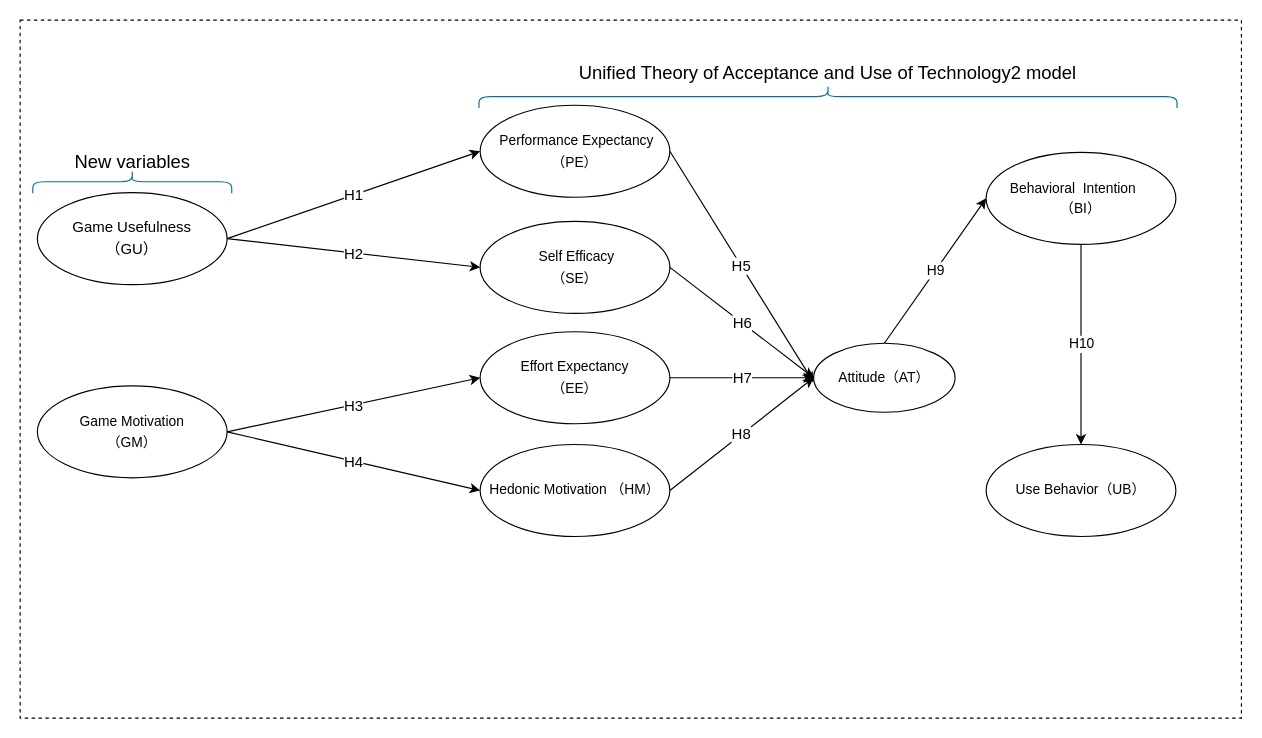
Before: 結構模型2.drawio in raknza/Master-Thesis, a draw.io diagram. Source tidied: cells renumbered, new cells numbered last; positions are measured from the earlier drawing's top-left corner, leaving out a move shared by most shapes. Both pictures are drawn from the tidied source at 115%, with x=0, y=0 at pixel (20, -253).
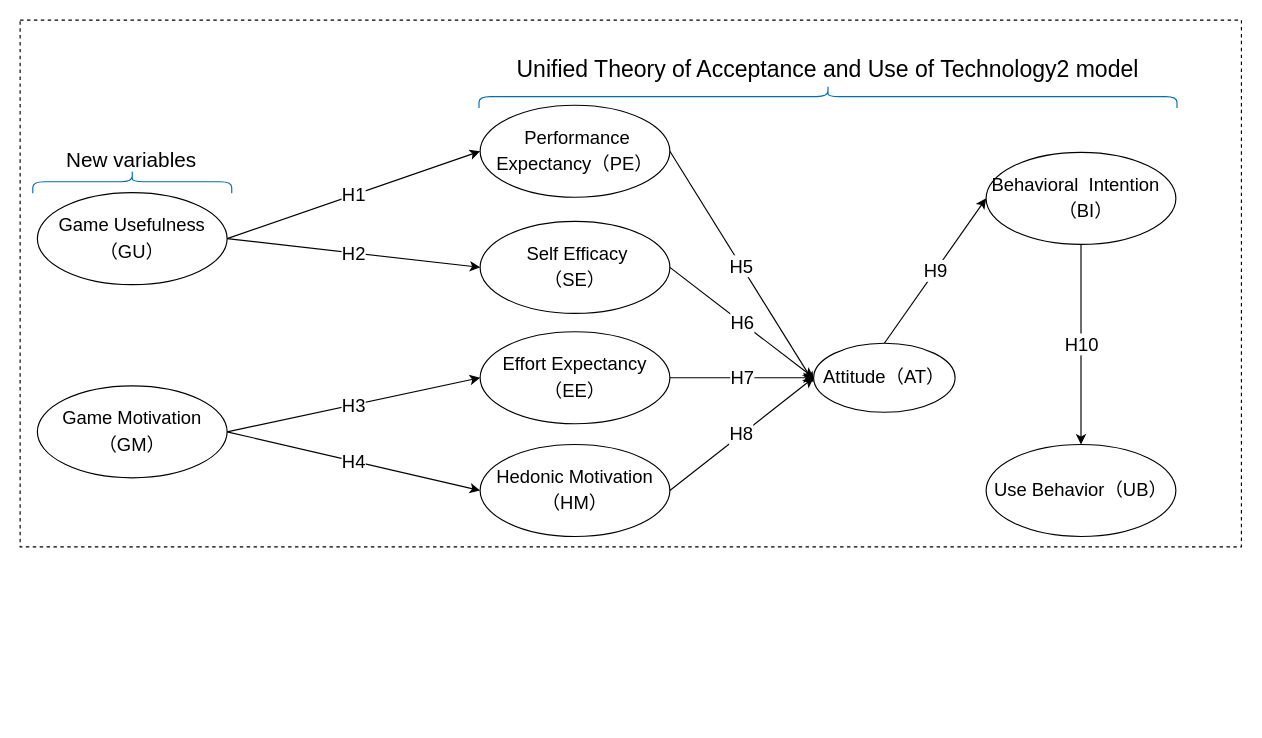
The same diagram, later.

Change to the diagram source:
```diff
@@
     <mxCell id="2" style="rounded=0;whiteSpace=wrap;html=1;fontSize=15;dashed=1;" parent="1" vertex="1">
-      <mxGeometry y="237" width="1062" height="607" as="geometry" />
+      <mxGeometry y="237" width="1062" height="458" as="geometry" />
     </mxCell>
-    <mxCell id="3" value="&lt;p style=&quot;line-height: 140%&quot;&gt;&lt;span style=&quot;font-size: 13px&quot;&gt;Game Usefulness&lt;/span&gt;&lt;br style=&quot;font-size: 13px&quot;&gt;&lt;span style=&quot;font-size: 13px&quot;&gt;（GU）&lt;/span&gt;&lt;/p&gt;" style="ellipse;whiteSpace=wrap;html=1;spacingBottom=0;fontSize=13;fontStyle=0;" parent="1" vertex="1">
+    <mxCell id="3" value="&lt;p style=&quot;line-height: 140%; font-size: 16px;&quot;&gt;&lt;span style=&quot;font-size: 16px;&quot;&gt;Game Usefulness&lt;/span&gt;&lt;br style=&quot;font-size: 16px;&quot;&gt;&lt;span style=&quot;font-size: 16px;&quot;&gt;（GU）&lt;/span&gt;&lt;/p&gt;" style="ellipse;whiteSpace=wrap;html=1;spacingBottom=0;fontSize=16;fontStyle=0;" parent="1" vertex="1">
       <mxGeometry x="15" y="387" width="165" height="80" as="geometry" />
     </mxCell>
-    <mxCell id="4" value="&lt;p style=&quot;line-height: 140%&quot;&gt;&lt;span style=&quot;font-size: 12px&quot;&gt;Game Motivation&lt;/span&gt;&lt;br style=&quot;font-size: 12px&quot;&gt;&lt;span style=&quot;font-size: 12px&quot;&gt;（GM）&lt;/span&gt;&lt;br&gt;&lt;/p&gt;" style="ellipse;whiteSpace=wrap;html=1;spacingBottom=0;fontSize=13;fontStyle=0;" parent="1" vertex="1">
+    <mxCell id="4" value="&lt;p style=&quot;line-height: 140%; font-size: 16px;&quot;&gt;&lt;span style=&quot;font-size: 16px;&quot;&gt;Game Motivation&lt;/span&gt;&lt;br style=&quot;font-size: 16px;&quot;&gt;&lt;span style=&quot;font-size: 16px;&quot;&gt;（GM）&lt;/span&gt;&lt;br style=&quot;font-size: 16px;&quot;&gt;&lt;/p&gt;" style="ellipse;whiteSpace=wrap;html=1;spacingBottom=0;fontSize=16;fontStyle=0;" parent="1" vertex="1">
       <mxGeometry x="15" y="555" width="165" height="80" as="geometry" />
     </mxCell>
-    <mxCell id="5" value="&lt;p style=&quot;line-height: 140%&quot;&gt;&lt;span style=&quot;font-size: 12px&quot;&gt;Attitude（AT）&lt;/span&gt;&lt;br&gt;&lt;/p&gt;" style="ellipse;whiteSpace=wrap;html=1;spacingBottom=0;fontSize=13;fontStyle=0;" parent="1" vertex="1">
+    <mxCell id="5" value="&lt;p style=&quot;line-height: 140%; font-size: 16px;&quot;&gt;&lt;span style=&quot;font-size: 16px;&quot;&gt;Attitude（AT）&lt;/span&gt;&lt;br style=&quot;font-size: 16px;&quot;&gt;&lt;/p&gt;" style="ellipse;whiteSpace=wrap;html=1;spacingBottom=0;fontSize=16;fontStyle=0;" parent="1" vertex="1">
       <mxGeometry x="690" y="518" width="123" height="60" as="geometry" />
     </mxCell>
-    <mxCell id="6" value="&lt;p style=&quot;line-height: 140%&quot;&gt;&lt;span style=&quot;font-size: 12px&quot;&gt;&amp;nbsp;Performance Expectancy（PE）&lt;/span&gt;&lt;br&gt;&lt;/p&gt;" style="ellipse;whiteSpace=wrap;html=1;spacingBottom=0;fontSize=13;fontStyle=0;" parent="1" vertex="1">
+    <mxCell id="6" value="&lt;p style=&quot;line-height: 140%; font-size: 16px;&quot;&gt;&lt;span style=&quot;font-size: 16px;&quot;&gt;&amp;nbsp;Performance Expectancy（PE）&lt;/span&gt;&lt;br style=&quot;font-size: 16px;&quot;&gt;&lt;/p&gt;" style="ellipse;whiteSpace=wrap;html=1;spacingBottom=0;fontSize=16;fontStyle=0;" parent="1" vertex="1">
       <mxGeometry x="400" y="311" width="165" height="80" as="geometry" />
     </mxCell>
-    <mxCell id="7" value="&lt;p style=&quot;line-height: 140%&quot;&gt;&lt;span style=&quot;font-size: 12px&quot;&gt;&amp;nbsp;Self Efficacy&lt;/span&gt;&lt;br style=&quot;font-size: 12px&quot;&gt;&lt;span style=&quot;font-size: 12px&quot;&gt;（SE）&lt;/span&gt;&lt;br&gt;&lt;/p&gt;" style="ellipse;whiteSpace=wrap;html=1;spacingBottom=0;fontSize=13;fontStyle=0;" parent="1" vertex="1">
+    <mxCell id="7" value="&lt;p style=&quot;line-height: 140%; font-size: 16px;&quot;&gt;&lt;span style=&quot;font-size: 16px;&quot;&gt;&amp;nbsp;Self Efficacy&lt;/span&gt;&lt;br style=&quot;font-size: 16px;&quot;&gt;&lt;span style=&quot;font-size: 16px;&quot;&gt;（SE）&lt;/span&gt;&lt;br style=&quot;font-size: 16px;&quot;&gt;&lt;/p&gt;" style="ellipse;whiteSpace=wrap;html=1;spacingBottom=0;fontSize=16;fontStyle=0;" parent="1" vertex="1">
       <mxGeometry x="400" y="412" width="165" height="80" as="geometry" />
     </mxCell>
-    <mxCell id="8" value="&lt;p style=&quot;line-height: 140%&quot;&gt;&lt;span style=&quot;font-size: 12px&quot;&gt;Effort Expectancy&lt;/span&gt;&lt;br style=&quot;font-size: 12px&quot;&gt;&lt;span style=&quot;font-size: 12px&quot;&gt;（EE）&lt;/span&gt;&lt;br&gt;&lt;/p&gt;" style="ellipse;whiteSpace=wrap;html=1;spacingBottom=0;fontSize=13;fontStyle=0;" parent="1" vertex="1">
+    <mxCell id="8" value="&lt;p style=&quot;line-height: 140%; font-size: 16px;&quot;&gt;&lt;span style=&quot;font-size: 16px;&quot;&gt;Effort Expectancy&lt;/span&gt;&lt;br style=&quot;font-size: 16px;&quot;&gt;&lt;span style=&quot;font-size: 16px;&quot;&gt;（EE）&lt;/span&gt;&lt;br style=&quot;font-size: 16px;&quot;&gt;&lt;/p&gt;" style="ellipse;whiteSpace=wrap;html=1;spacingBottom=0;fontSize=16;fontStyle=0;" parent="1" vertex="1">
       <mxGeometry x="400" y="508" width="165" height="80" as="geometry" />
     </mxCell>
-    <mxCell id="9" value="&lt;p style=&quot;line-height: 140%&quot;&gt;&lt;span style=&quot;font-size: 12px&quot;&gt;Hedonic Motivation （HM）&lt;/span&gt;&lt;br&gt;&lt;/p&gt;" style="ellipse;whiteSpace=wrap;html=1;spacingBottom=0;fontSize=13;fontStyle=0;" parent="1" vertex="1">
+    <mxCell id="9" value="&lt;p style=&quot;line-height: 140%; font-size: 16px;&quot;&gt;&lt;span style=&quot;font-size: 16px;&quot;&gt;Hedonic Motivation （HM）&lt;/span&gt;&lt;br style=&quot;font-size: 16px;&quot;&gt;&lt;/p&gt;" style="ellipse;whiteSpace=wrap;html=1;spacingBottom=0;fontSize=16;fontStyle=0;" parent="1" vertex="1">
       <mxGeometry x="400" y="606" width="165" height="80" as="geometry" />
     </mxCell>
-    <mxCell id="10" value="H1" style="endArrow=classic;html=1;fontSize=13;exitX=1;exitY=0.5;exitDx=0;exitDy=0;entryX=0;entryY=0.5;entryDx=0;entryDy=0;" parent="1" edge="1" source="3" target="6">
+    <mxCell id="10" value="H1" style="endArrow=classic;html=1;fontSize=16;exitX=1;exitY=0.5;exitDx=0;exitDy=0;entryX=0;entryY=0.5;entryDx=0;entryDy=0;" parent="1" edge="1" source="3" target="6">
       <mxGeometry relative="1" as="geometry" />
     </mxCell>
-    <mxCell id="11" value="H2" style="endArrow=classic;html=1;fontSize=13;entryX=0;entryY=0.5;entryDx=0;entryDy=0;exitX=1;exitY=0.5;exitDx=0;exitDy=0;" parent="1" edge="1" source="3" target="7">
+    <mxCell id="11" value="H2" style="endArrow=classic;html=1;fontSize=16;entryX=0;entryY=0.5;entryDx=0;entryDy=0;exitX=1;exitY=0.5;exitDx=0;exitDy=0;" parent="1" edge="1" source="3" target="7">
       <mxGeometry relative="1" as="geometry" />
     </mxCell>
-    <mxCell id="12" value="H3" style="endArrow=classic;html=1;fontSize=13;exitX=1;exitY=0.5;exitDx=0;exitDy=0;entryX=0;entryY=0.5;entryDx=0;entryDy=0;" parent="1" edge="1" source="4" target="8">
+    <mxCell id="12" value="H3" style="endArrow=classic;html=1;fontSize=16;exitX=1;exitY=0.5;exitDx=0;exitDy=0;entryX=0;entryY=0.5;entryDx=0;entryDy=0;" parent="1" edge="1" source="4" target="8">
       <mxGeometry relative="1" as="geometry" />
     </mxCell>
-    <mxCell id="13" value="H4" style="endArrow=classic;html=1;fontSize=13;exitX=1;exitY=0.5;exitDx=0;exitDy=0;entryX=0;entryY=0.5;entryDx=0;entryDy=0;" parent="1" edge="1" source="4" target="9">
+    <mxCell id="13" value="H4" style="endArrow=classic;html=1;fontSize=16;exitX=1;exitY=0.5;exitDx=0;exitDy=0;entryX=0;entryY=0.5;entryDx=0;entryDy=0;" parent="1" edge="1" source="4" target="9">
       <mxGeometry relative="1" as="geometry" />
     </mxCell>
-    <mxCell id="14" value="H7" style="endArrow=classic;html=1;fontSize=13;exitX=1;exitY=0.5;exitDx=0;exitDy=0;entryX=0;entryY=0.5;entryDx=0;entryDy=0;" parent="1" edge="1" source="8" target="5">
+    <mxCell id="14" value="H7" style="endArrow=classic;html=1;fontSize=16;exitX=1;exitY=0.5;exitDx=0;exitDy=0;entryX=0;entryY=0.5;entryDx=0;entryDy=0;" parent="1" edge="1" source="8" target="5">
       <mxGeometry relative="1" as="geometry" />
     </mxCell>
-    <mxCell id="15" value="H5" style="endArrow=classic;html=1;fontSize=13;exitX=1;exitY=0.5;exitDx=0;exitDy=0;" parent="1" edge="1" source="6">
+    <mxCell id="15" value="H5" style="endArrow=classic;html=1;fontSize=16;exitX=1;exitY=0.5;exitDx=0;exitDy=0;" parent="1" edge="1" source="6">
       <mxGeometry relative="1" as="geometry">
         <mxPoint x="690" y="552" as="targetPoint" />
       </mxGeometry>
     </mxCell>
-    <mxCell id="16" value="H6" style="endArrow=classic;html=1;fontSize=13;exitX=1;exitY=0.5;exitDx=0;exitDy=0;entryX=0;entryY=0.5;entryDx=0;entryDy=0;" parent="1" edge="1" source="7" target="5">
+    <mxCell id="16" value="H6" style="endArrow=classic;html=1;fontSize=16;exitX=1;exitY=0.5;exitDx=0;exitDy=0;entryX=0;entryY=0.5;entryDx=0;entryDy=0;" parent="1" edge="1" source="7" target="5">
       <mxGeometry relative="1" as="geometry" />
     </mxCell>
-    <mxCell id="17" value="H8" style="endArrow=classic;html=1;fontSize=13;exitX=1;exitY=0.5;exitDx=0;exitDy=0;entryX=0;entryY=0.5;entryDx=0;entryDy=0;" parent="1" edge="1" source="9" target="5">
+    <mxCell id="17" value="H8" style="endArrow=classic;html=1;fontSize=16;exitX=1;exitY=0.5;exitDx=0;exitDy=0;entryX=0;entryY=0.5;entryDx=0;entryDy=0;" parent="1" edge="1" source="9" target="5">
       <mxGeometry relative="1" as="geometry" />
     </mxCell>
-    <mxCell id="18" value="&lt;p class=&quot;MDPI42tablebody&quot; style=&quot;line-height: normal&quot;&gt;&amp;nbsp;Behavioral&amp;nbsp; Intention&amp;nbsp; &amp;nbsp; &amp;nbsp; （BI）&lt;br&gt;&lt;/p&gt;" style="ellipse;whiteSpace=wrap;html=1;spacingBottom=0;fontSize=12;fontStyle=0;spacing=0;" parent="1" vertex="1">
+    <mxCell id="18" value="&lt;p class=&quot;MDPI42tablebody&quot; style=&quot;line-height: normal; font-size: 16px;&quot;&gt;&amp;nbsp;Behavioral&amp;nbsp; Intention&amp;nbsp; &amp;nbsp; &amp;nbsp; （BI）&lt;br style=&quot;font-size: 16px;&quot;&gt;&lt;/p&gt;" style="ellipse;whiteSpace=wrap;html=1;spacingBottom=0;fontSize=16;fontStyle=0;spacing=0;align=center;" parent="1" vertex="1">
       <mxGeometry x="840" y="352" width="165" height="80" as="geometry" />
     </mxCell>
-    <mxCell id="19" value="&lt;p style=&quot;line-height: 140%&quot;&gt;&lt;span style=&quot;font-size: 12px&quot;&gt;Use Behavior（UB）&lt;/span&gt;&lt;br&gt;&lt;/p&gt;" style="ellipse;whiteSpace=wrap;html=1;spacingBottom=0;fontSize=13;fontStyle=0;" parent="1" vertex="1">
+    <mxCell id="19" value="&lt;p style=&quot;line-height: 140%; font-size: 16px;&quot;&gt;&lt;span style=&quot;font-size: 16px;&quot;&gt;Use Behavior（UB）&lt;/span&gt;&lt;br style=&quot;font-size: 16px;&quot;&gt;&lt;/p&gt;" style="ellipse;whiteSpace=wrap;html=1;spacingBottom=0;fontSize=16;fontStyle=0;" parent="1" vertex="1">
       <mxGeometry x="840" y="606" width="165" height="80" as="geometry" />
     </mxCell>
-    <mxCell id="20" value="H9" style="endArrow=classic;html=1;fontSize=12;exitX=0.5;exitY=0;exitDx=0;exitDy=0;entryX=0;entryY=0.5;entryDx=0;entryDy=0;" parent="1" edge="1" source="5" target="18">
+    <mxCell id="20" value="H9" style="endArrow=classic;html=1;fontSize=16;exitX=0.5;exitY=0;exitDx=0;exitDy=0;entryX=0;entryY=0.5;entryDx=0;entryDy=0;" parent="1" edge="1" source="5" target="18">
       <mxGeometry relative="1" as="geometry" />
     </mxCell>
-    <mxCell id="21" value="H10" style="endArrow=classic;html=1;fontSize=12;exitX=0.5;exitY=1;exitDx=0;exitDy=0;entryX=0.5;entryY=0;entryDx=0;entryDy=0;" parent="1" edge="1" source="18" target="19">
+    <mxCell id="21" value="H10" style="endArrow=classic;html=1;fontSize=16;exitX=0.5;exitY=1;exitDx=0;exitDy=0;entryX=0.5;entryY=0;entryDx=0;entryDy=0;" parent="1" edge="1" source="18" target="19">
       <mxGeometry relative="1" as="geometry" />
     </mxCell>
@@
-    <mxCell id="23" value="New variables" style="text;html=1;strokeColor=none;fillColor=none;align=center;verticalAlign=middle;whiteSpace=wrap;rounded=0;fontSize=16;" parent="1" vertex="1">
-      <mxGeometry x="44.8" y="350" width="105.5" height="20" as="geometry" />
+    <mxCell id="23" value="New variables" style="text;html=1;strokeColor=none;fillColor=none;align=center;verticalAlign=middle;whiteSpace=wrap;rounded=0;fontSize=18;" parent="1" vertex="1">
+      <mxGeometry x="37.4" y="349" width="120.2" height="20" as="geometry" />
     </mxCell>
@@
-    <mxCell id="25" value="Unified Theory of Acceptance and Use of Technology2 model" style="text;html=1;strokeColor=none;fillColor=none;align=center;verticalAlign=middle;whiteSpace=wrap;rounded=0;fontSize=16;" parent="1" vertex="1">
-      <mxGeometry x="477" y="273" width="451" height="20" as="geometry" />
+    <mxCell id="25" value="Unified Theory of Acceptance and Use of Technology2 model" style="text;html=1;strokeColor=none;fillColor=none;align=center;verticalAlign=middle;whiteSpace=wrap;rounded=0;fontSize=20;" parent="1" vertex="1">
+      <mxGeometry x="403" y="269" width="599" height="20" as="geometry" />
     </mxCell>
```
